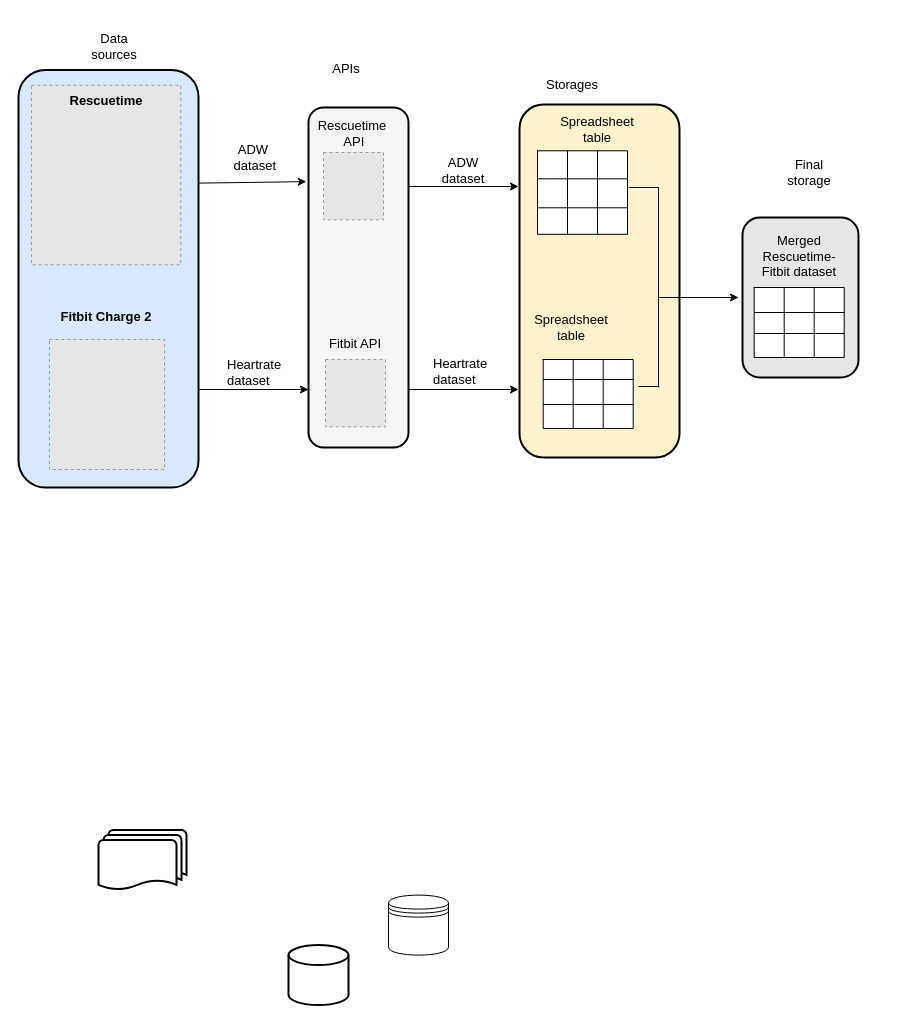
This is chapter 7.drawio from oluwande/zmPDSwR, a draw.io file, before an edit. Source tidied: cells renumbered, new cells numbered last; positions are measured from the earlier drawing's top-left corner, leaving out a move shared by most shapes. Both pictures are drawn from the tidied source at 100%, with x=0, y=0 at pixel (18, 31). Pictures stored in the file or linked from it are replaced by grey dashed boxes.
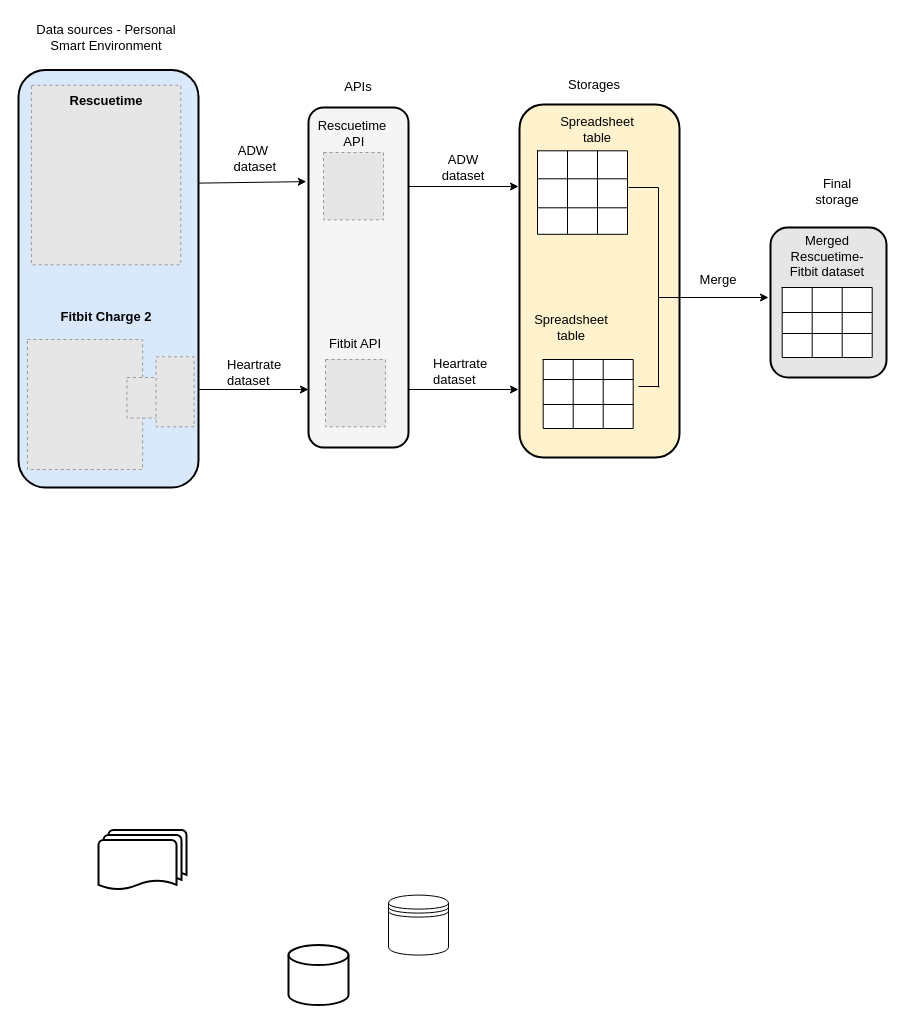
After the change.

What changed in the source:
```diff
@@
     <mxCell id="2" style="rounded=1;whiteSpace=wrap;html=1;fontSize=13;strokeColor=#000000;strokeWidth=2;fillColor=#E6E6E6;" parent="1" vertex="1">
-      <mxGeometry x="724" y="186" width="116" height="160" as="geometry" />
+      <mxGeometry x="752" y="196" width="116" height="150" as="geometry" />
     </mxCell>
@@
     <mxCell id="10" style="fillColor=#E6E6E6;strokeColor=#999999;dashed=1;verticalLabelPosition=bottom;labelBackgroundColor=default;verticalAlign=top;" parent="1" vertex="1">
-      <mxGeometry x="30.9" y="308" width="115.2" height="130" as="geometry" />
+      <mxGeometry x="8.9" y="308" width="115.2" height="130" as="geometry" />
     </mxCell>
@@
     <mxCell id="39" style="shape=table;startSize=0;childLayout=tableLayout;fontStyle=1;align=center;fontSize=17;" parent="1" vertex="1">
-      <mxGeometry x="735.7" y="256" width="90" height="70" as="geometry" />
+      <mxGeometry x="763.7" y="256" width="90" height="70" as="geometry" />
     </mxCell>
@@
     <mxCell id="58" value="&lt;font style=&quot;font-size: 13px&quot;&gt;ADW&lt;br&gt;&amp;nbsp;dataset&lt;/font&gt;" style="text;html=1;strokeColor=none;fillColor=none;align=center;verticalAlign=middle;whiteSpace=wrap;rounded=0;" parent="1" vertex="1">
-      <mxGeometry x="200" y="103" width="70" height="45" as="geometry" />
+      <mxGeometry x="200" y="104" width="70" height="45" as="geometry" />
     </mxCell>
@@
     <mxCell id="62" value="&lt;font style=&quot;font-size: 13px&quot;&gt;ADW &lt;br&gt;dataset&lt;/font&gt;" style="text;html=1;strokeColor=none;fillColor=none;align=center;verticalAlign=middle;whiteSpace=wrap;rounded=0;" parent="1" vertex="1">
-      <mxGeometry x="410" y="116" width="70" height="45" as="geometry" />
+      <mxGeometry x="410" y="113" width="70" height="45" as="geometry" />
     </mxCell>
@@
     <mxCell id="68" style="endArrow=classic;html=1;rounded=0;fontSize=13;" parent="1" edge="1">
       <mxGeometry relative="1" as="geometry">
         <mxPoint x="640" y="266" as="sourcePoint" />
-        <mxPoint x="720" y="266" as="targetPoint" />
+        <mxPoint x="750" y="266" as="targetPoint" />
       </mxGeometry>
     </mxCell>
     <mxCell id="69" value="&lt;span&gt;&lt;font style=&quot;font-size: 13px&quot;&gt;Merged Rescuetime-Fitbit dataset&lt;/font&gt;&lt;/span&gt;" style="text;html=1;strokeColor=none;fillColor=none;align=center;verticalAlign=middle;whiteSpace=wrap;rounded=0;fontStyle=0;" parent="1" vertex="1">
-      <mxGeometry x="730.7" y="202.7" width="100" height="45" as="geometry" />
+      <mxGeometry x="758.7" y="202.7" width="100" height="45" as="geometry" />
     </mxCell>
-    <mxCell id="70" value="Data sources" style="text;html=1;strokeColor=none;fillColor=none;align=center;verticalAlign=middle;whiteSpace=wrap;rounded=0;fontSize=13;" parent="1" vertex="1">
-      <mxGeometry x="66" width="60" height="30" as="geometry" />
+    <mxCell id="70" value="Data sources - Personal Smart Environment" style="text;html=1;strokeColor=none;fillColor=none;align=center;verticalAlign=middle;whiteSpace=wrap;rounded=0;fontSize=13;" parent="1" vertex="1">
+      <mxGeometry x="12.9" y="-14" width="150" height="40" as="geometry" />
     </mxCell>
     <mxCell id="71" value="APIs" style="text;html=1;strokeColor=none;fillColor=none;align=center;verticalAlign=middle;whiteSpace=wrap;rounded=0;fontSize=13;" parent="1" vertex="1">
-      <mxGeometry x="298" y="22" width="60" height="30" as="geometry" />
+      <mxGeometry x="310" y="40" width="60" height="30" as="geometry" />
     </mxCell>
     <mxCell id="72" value="Storages" style="text;html=1;strokeColor=none;fillColor=none;align=center;verticalAlign=middle;whiteSpace=wrap;rounded=0;fontSize=13;" parent="1" vertex="1">
-      <mxGeometry x="524" y="38" width="60" height="30" as="geometry" />
+      <mxGeometry x="546" y="38" width="60" height="30" as="geometry" />
     </mxCell>
     <mxCell id="73" value="Final storage" style="text;html=1;strokeColor=none;fillColor=none;align=center;verticalAlign=middle;whiteSpace=wrap;rounded=0;fontSize=13;" parent="1" vertex="1">
-      <mxGeometry x="761" y="126" width="60" height="30" as="geometry" />
+      <mxGeometry x="789" y="145" width="60" height="30" as="geometry" />
     </mxCell>
@@
+    <mxCell id="75" value="Merge" style="text;html=1;strokeColor=none;fillColor=none;align=center;verticalAlign=middle;whiteSpace=wrap;rounded=0;fontSize=13;" parent="1" vertex="1">
+      <mxGeometry x="670" y="233" width="60" height="30" as="geometry" />
+    </mxCell>
+    <mxCell id="76" style="fillColor=#E6E6E6;strokeColor=#999999;dashed=1;verticalLabelPosition=bottom;labelBackgroundColor=default;verticalAlign=top;" parent="1" vertex="1">
+      <mxGeometry x="108.4" y="346" width="31.1" height="40.5" as="geometry" />
+    </mxCell>
+    <mxCell id="77" style="fillColor=#E6E6E6;strokeColor=#999999;dashed=1;verticalLabelPosition=bottom;labelBackgroundColor=default;verticalAlign=top;" parent="1" vertex="1">
+      <mxGeometry x="137.6" y="325.3" width="38" height="70" as="geometry" />
+    </mxCell>
```
